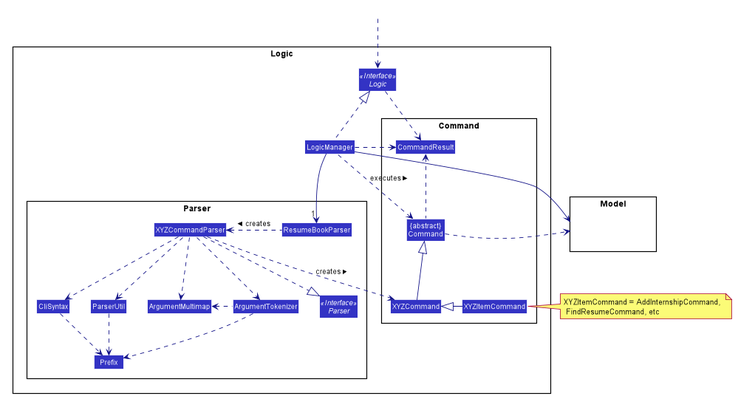
This is docs/images/LogicClassDiagram.png from wardetu/main, a PlantUML export, as it was before one commit.
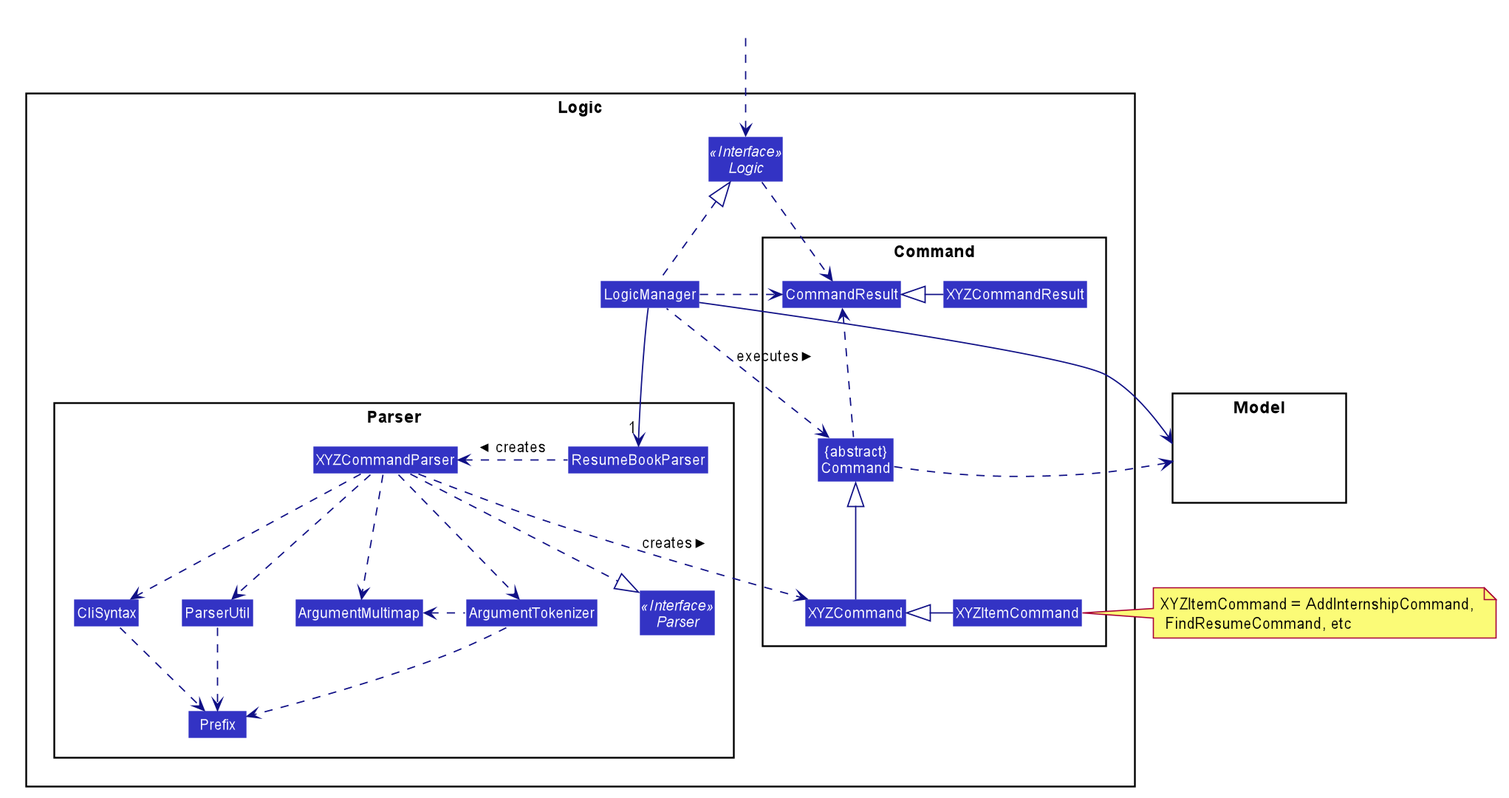
Above is the later version.

Commit message:
Add XYZCommandResult to Class Diagram

What changed in the source:
```diff
@@ -70,6 +70,7 @@
 Class CommandResult
 Class "{abstract}\nCommand" as Command
 Class XYZItemCommand
+Class XYZCommandResult
 }
 
 Interface Logic <<Interface>>
@@ -110,6 +111,7 @@
 LogicManager .down.> CommandResult
 Command .up.> CommandResult
 CommandResult -[hidden]-> Parser
+XYZCommandResult -left-|> CommandResult
 
 hide field
 @enduml
```
